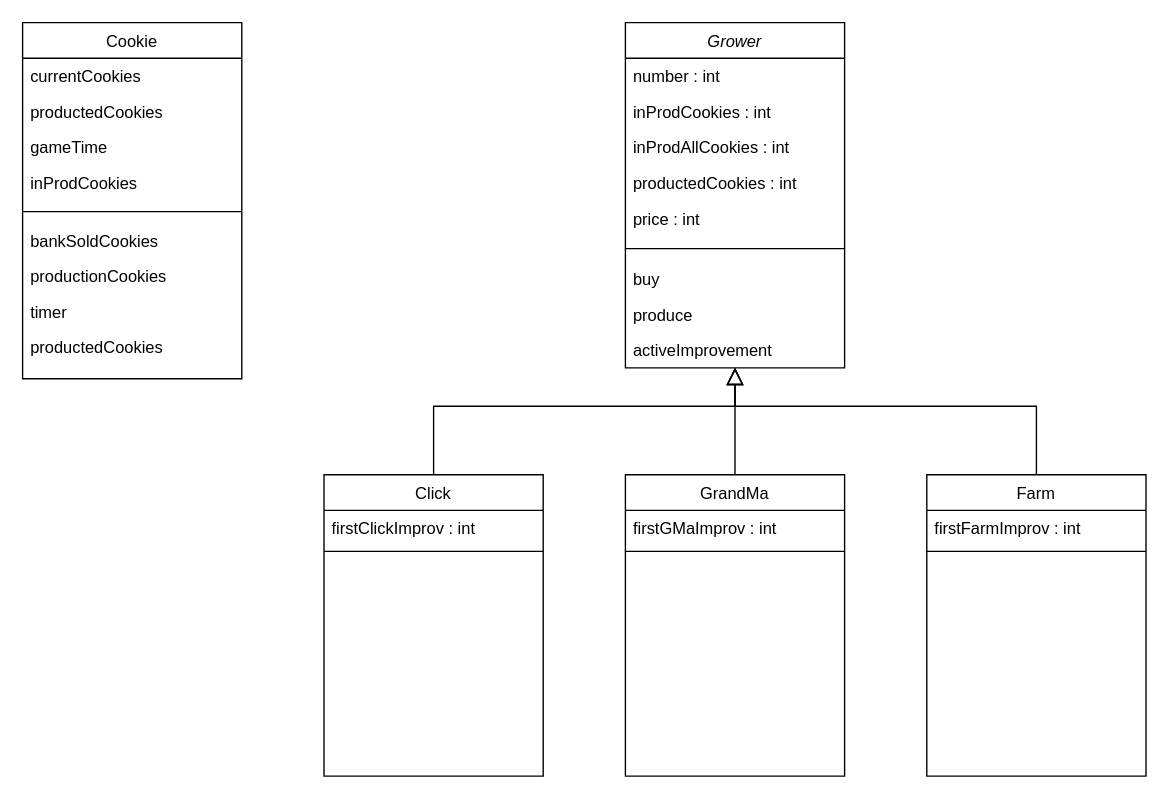
Earlier version of the draw.io diagram diagram_class.drawio (ElainePentium/JS-cookie-clicker). Source tidied: cells renumbered, new cells numbered last; positions are measured from the earlier drawing's top-left corner, leaving out a move shared by most shapes. Both pictures are drawn from the tidied source at 137%, with x=0, y=0 at pixel (22, 22).
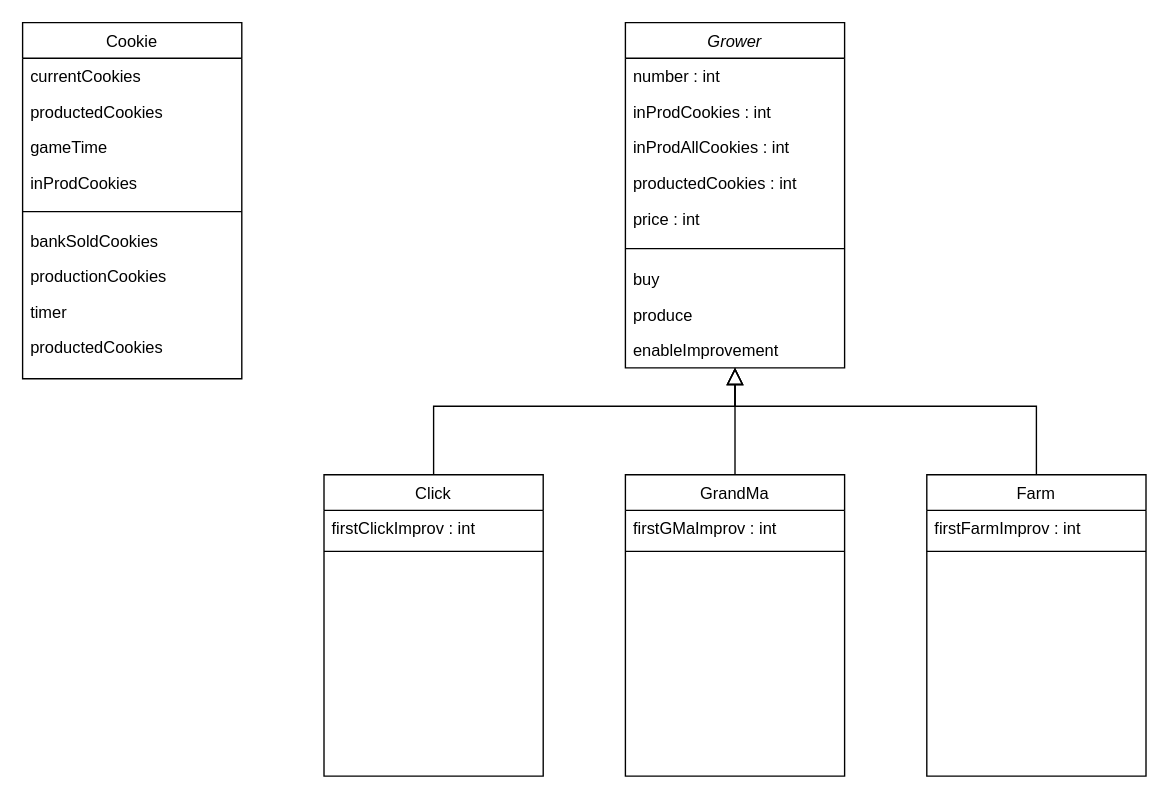
The same diagram, later.

The change refers to these unchanged cells:
```xml
<mxCell id="20" value="Grower" style="swimlane;fontStyle=2;align=center;verticalAlign=top;horizontal=1;startSize=26;rounded=0;shadow=0;strokeWidth=1;" parent="1" vertex="1">
  <mxGeometry x="440" width="160" height="252" as="geometry" />
</mxCell>
```

Change to the diagram source:
```diff
@@
-    <mxCell id="29" value="activeImprovement" style="text;align=left;verticalAlign=top;spacingLeft=4;spacingRight=4;overflow=hidden;" parent="20" vertex="1">
+    <mxCell id="29" value="enableImprovement" style="text;align=left;verticalAlign=top;spacingLeft=4;spacingRight=4;overflow=hidden;" parent="20" vertex="1">
       <mxGeometry y="226" width="160" height="26" as="geometry" />
     </mxCell>
```
